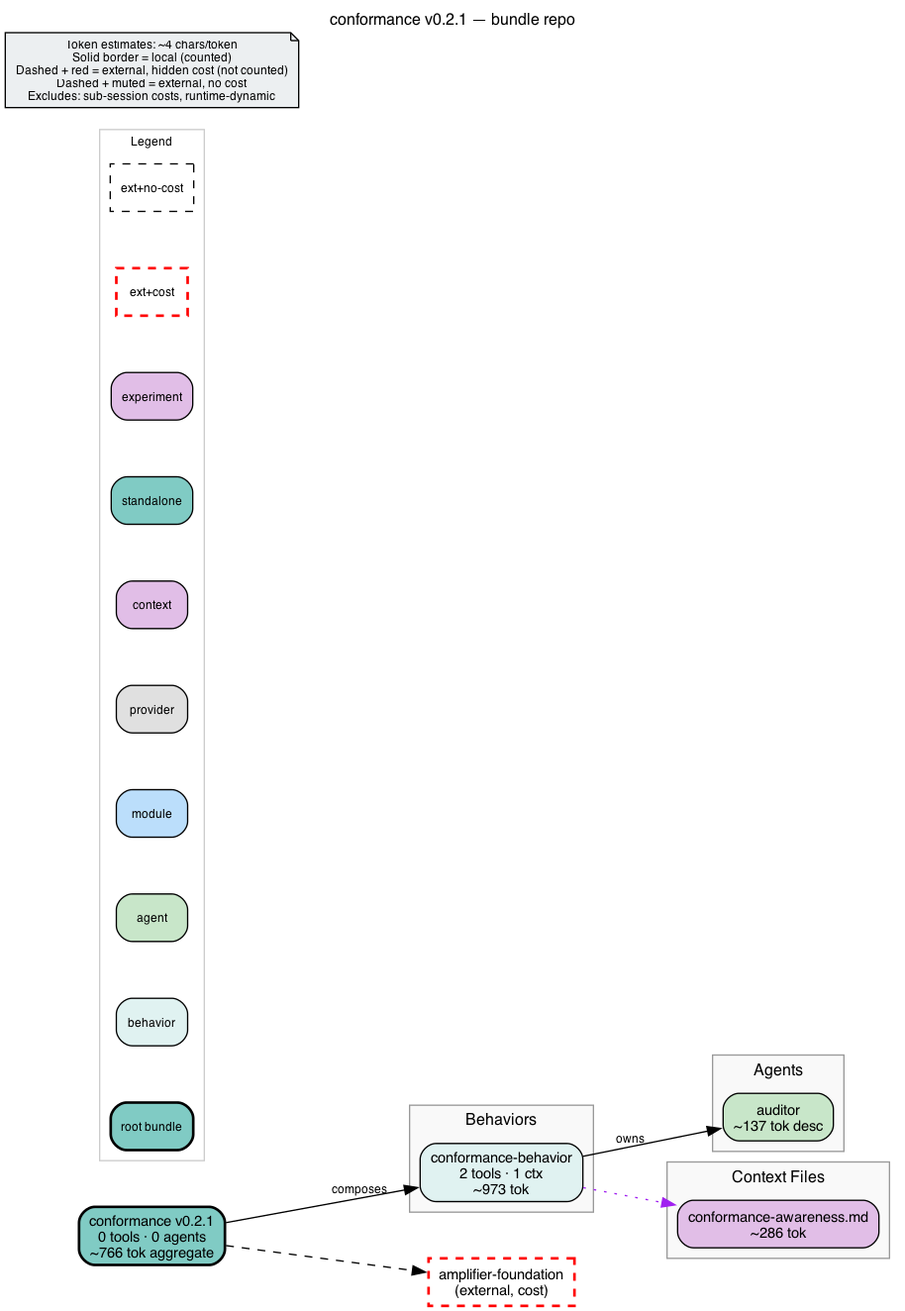
michaeljabbour/amplifier-bundle-conformance keeps this Graphviz diagram as bundle.png. Above is the earlier version. Its source is kept beside it as bundle.dot.
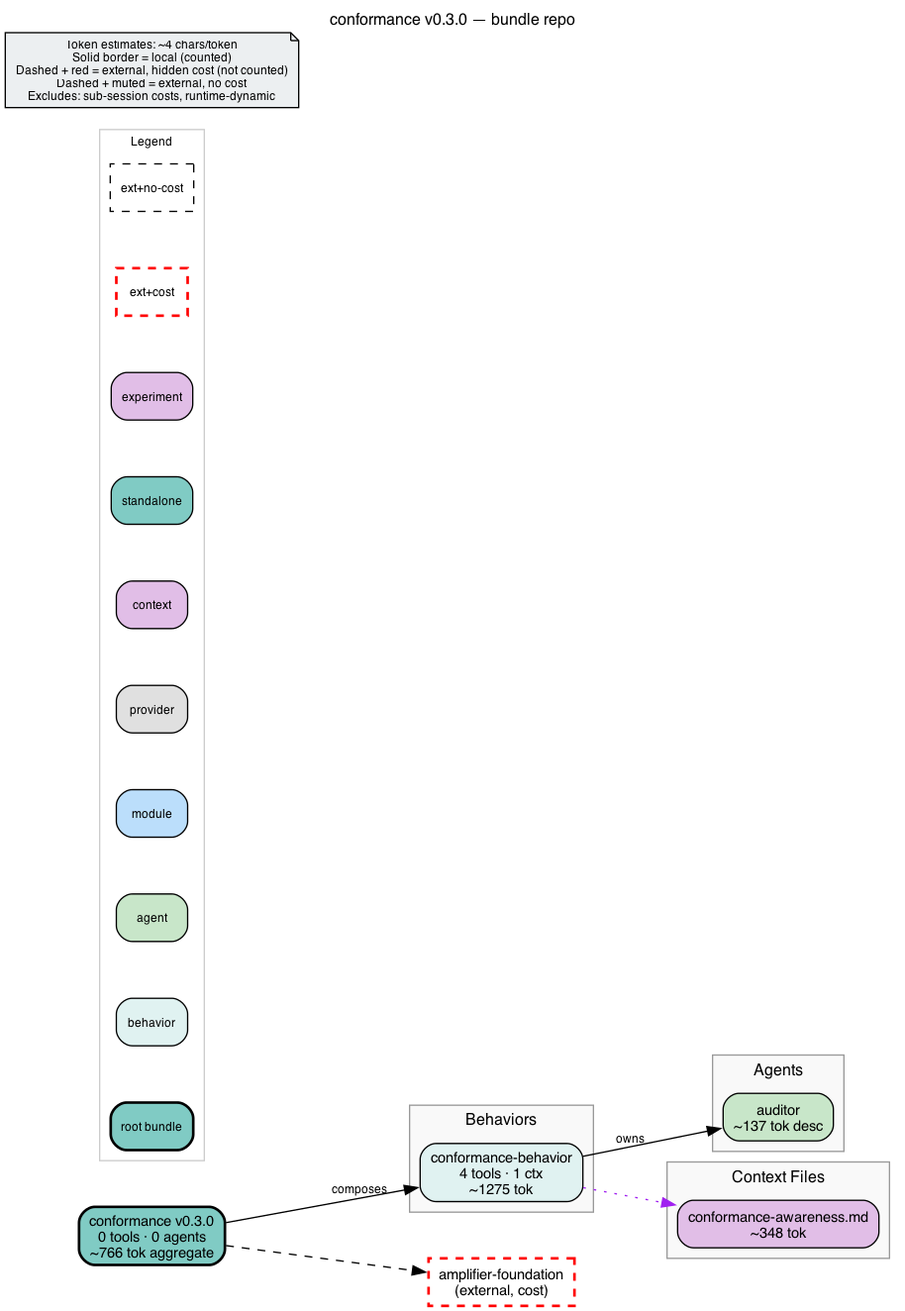
After the commit.

Commit message:
feat: v0.3.0 — add the /audit conformance mode

Diff of the diagram source:
```diff
@@ -2,18 +2,18 @@
     rankdir=LR
     fontname="Helvetica"
     fontsize=12
-    label="conformance v0.2.1 — bundle repo"
+    label="conformance v0.3.0 — bundle repo"
     labelloc=t
     labeljust=c
     nodesep=0.6
     ranksep=0.7
     bgcolor="white"
-    source_hash="1d44daa34087ca47ac4092dfbcc372daa0d45fa4380cbd5e9e04912bd88f0a01"
+    source_hash="0f34d7906c6728cbc15d42be288d89e11c1874c03bdf17508e02837bd09ac51b"
 
     node [fontname="Helvetica", fontsize=11, style="filled,rounded"]
     edge [fontname="Helvetica", fontsize=9]
 
-    root_conformance [label="conformance v0.2.1\n0 tools · 0 agents\n~766 tok aggregate", shape=box, fillcolor="#80cbc4", style="filled,rounded,bold", penwidth=2]
+    root_conformance [label="conformance v0.3.0\n0 tools · 0 agents\n~766 tok aggregate", shape=box, fillcolor="#80cbc4", style="filled,rounded,bold", penwidth=2]
 
     subgraph cluster_behaviors {
         label="Behaviors"
@@ -21,7 +21,7 @@
         fillcolor="#f9f9f9"
         color="#999999"
 
-        beh_conformance_behavior [label="conformance-behavior\n2 tools · 1 ctx\n~973 tok", shape=box, fillcolor="#e0f2f1", style="filled,rounded"]
+        beh_conformance_behavior [label="conformance-behavior\n4 tools · 1 ctx\n~1275 tok", shape=box, fillcolor="#e0f2f1", style="filled,rounded"]
     }
 
     subgraph cluster_agents {
@@ -39,7 +39,7 @@
         fillcolor="#f9f9f9"
         color="#999999"
 
-        ctx_conformance_awareness_md [label="conformance-awareness.md\n~286 tok", shape=box, fillcolor="#e1bee7", style="filled,rounded"]
+        ctx_conformance_awareness_md [label="conformance-awareness.md\n~348 tok", shape=box, fillcolor="#e1bee7", style="filled,rounded"]
     }
 
     subgraph cluster_legend {
```
